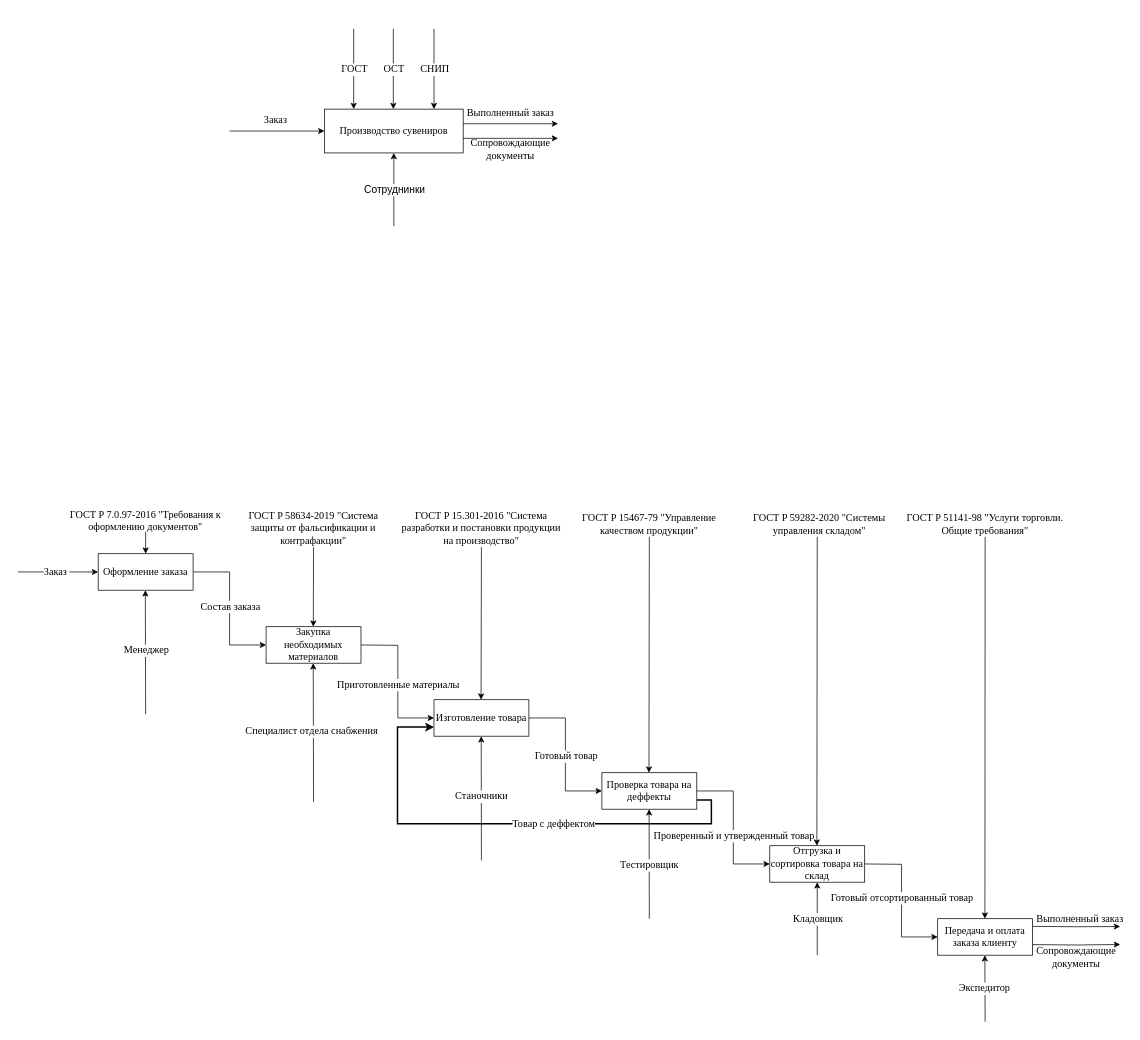
1kxri/MISPIS keeps this draw.io diagram as LAB1.drawio. Above is the earlier version. Source tidied: cells renumbered, new cells numbered last; positions are measured from the earlier drawing's top-left corner, leaving out a move shared by most shapes. Both pictures are drawn from the tidied source at 73%, with x=0, y=0 at pixel (18, 28).
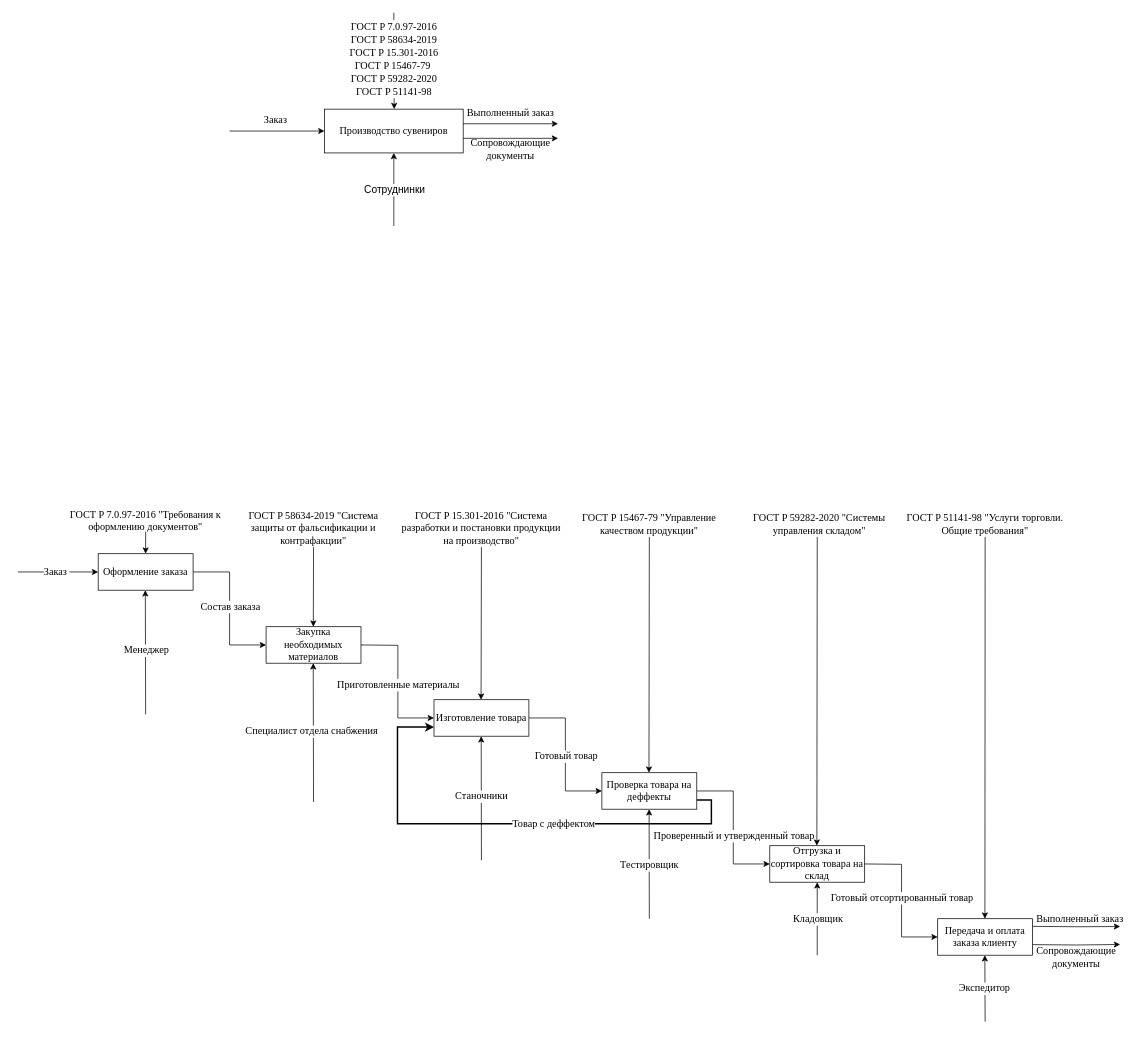
The same diagram, later.

The edit, as a diff of the source:
```diff
@@
-    <mxCell id="8" style="endArrow=classic;html=1;rounded=0;entryX=0.5;entryY=0;entryDx=0;entryDy=0;" parent="1" edge="1">
+    <mxCell id="8" style="endArrow=classic;html=1;rounded=0;" parent="1" edge="1" source="65">
       <mxGeometry relative="1" as="geometry">
-        <mxPoint x="460" as="sourcePoint" />
-        <mxPoint x="460" y="110" as="targetPoint" />
+        <mxPoint x="515.5" y="110" as="targetPoint" />
       </mxGeometry>
     </mxCell>
-    <mxCell id="9" value="&lt;font face=&quot;Times New Roman&quot; style=&quot;font-size: 14px;&quot;&gt;ГОСТ&lt;/font&gt;" style="edgeLabel;html=1;align=center;verticalAlign=middle;" parent="8" vertex="1">
-      <mxGeometry relative="1" as="geometry" />
-    </mxCell>
@@
-    <mxCell id="54" style="endArrow=classic;html=1;rounded=0;entryX=0.5;entryY=0;entryDx=0;entryDy=0;" parent="1" edge="1">
-      <mxGeometry relative="1" as="geometry">
-        <mxPoint x="514.3" as="sourcePoint" />
-        <mxPoint x="514.3" y="110" as="targetPoint" />
-      </mxGeometry>
-    </mxCell>
-    <mxCell id="55" value="&lt;font face=&quot;Times New Roman&quot; style=&quot;font-size: 14px;&quot;&gt;ОСТ&lt;/font&gt;" style="edgeLabel;html=1;align=center;verticalAlign=middle;" parent="54" vertex="1">
-      <mxGeometry relative="1" as="geometry" />
-    </mxCell>
-    <mxCell id="56" style="endArrow=classic;html=1;rounded=0;entryX=0.5;entryY=0;entryDx=0;entryDy=0;" parent="1" edge="1">
-      <mxGeometry relative="1" as="geometry">
-        <mxPoint x="570" as="sourcePoint" />
-        <mxPoint x="570" y="110" as="targetPoint" />
-      </mxGeometry>
-    </mxCell>
-    <mxCell id="57" value="&lt;font face=&quot;Times New Roman&quot; style=&quot;font-size: 14px;&quot;&gt;СНИП&lt;/font&gt;" style="edgeLabel;html=1;align=center;verticalAlign=middle;" parent="56" vertex="1">
-      <mxGeometry relative="1" as="geometry" />
-    </mxCell>
@@
+    <mxCell id="65" value="&lt;span style=&quot;font-size: 14px;&quot;&gt;&lt;font face=&quot;Times New Roman&quot;&gt;ГОСТ P 7.0.97-2016&lt;/font&gt;&lt;/span&gt;&lt;div style=&quot;font-size: 11px; text-wrap-mode: nowrap;&quot;&gt;&lt;span style=&quot;font-size: 14px; text-wrap-mode: wrap;&quot;&gt;&lt;font face=&quot;Times New Roman&quot;&gt;ГОСТ P 58634-2019&lt;/font&gt;&lt;/span&gt;&lt;/div&gt;&lt;div style=&quot;font-size: 11px; text-wrap-mode: nowrap;&quot;&gt;&lt;span style=&quot;font-size: 14px; text-wrap-mode: wrap;&quot;&gt;&lt;font face=&quot;Times New Roman&quot;&gt;ГОСТ P 15.301-2016&lt;/font&gt;&lt;/span&gt;&lt;/div&gt;&lt;div style=&quot;font-size: 11px; text-wrap-mode: nowrap;&quot;&gt;&lt;span style=&quot;font-size: 14px; text-wrap-mode: wrap;&quot;&gt;&lt;font face=&quot;Times New Roman&quot;&gt;ГОСТ P 15467-79&amp;nbsp;&lt;/font&gt;&lt;/span&gt;&lt;/div&gt;&lt;div style=&quot;font-size: 11px; text-wrap-mode: nowrap;&quot;&gt;&lt;span style=&quot;font-size: 14px; text-wrap-mode: wrap;&quot;&gt;&lt;font face=&quot;Times New Roman&quot;&gt;ГОСТ P 59282-2020&lt;/font&gt;&lt;/span&gt;&lt;/div&gt;&lt;div style=&quot;font-size: 11px; text-wrap-mode: nowrap;&quot;&gt;&lt;span style=&quot;font-size: 14px; text-wrap-mode: wrap;&quot;&gt;&lt;font face=&quot;Times New Roman&quot;&gt;ГОСТ P 51141-98&lt;/font&gt;&lt;/span&gt;&lt;/div&gt;" style="text;html=1;whiteSpace=wrap;strokeColor=none;fillColor=none;align=center;verticalAlign=middle;rounded=0;" parent="1" vertex="1">
+      <mxGeometry x="423.5" y="-12" width="183" height="107" as="geometry" />
+    </mxCell>
+    <mxCell id="66" style="endArrow=none;html=1;rounded=0;exitX=0.5;exitY=0;exitDx=0;exitDy=0;" parent="1" edge="1" source="65">
+      <mxGeometry relative="1" as="geometry">
+        <mxPoint x="515" y="-22" as="targetPoint" />
+      </mxGeometry>
+    </mxCell>
```
